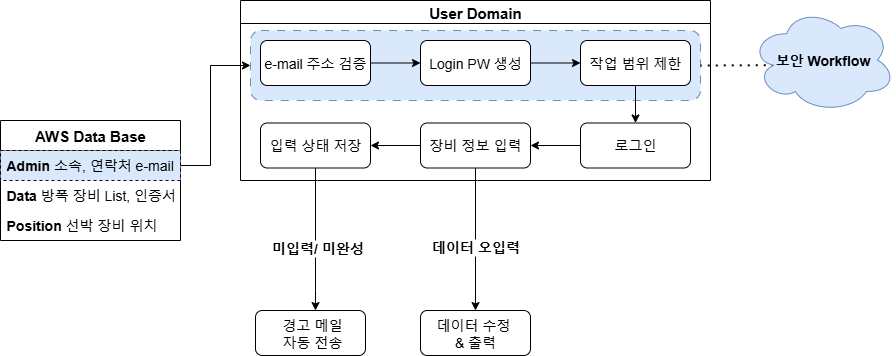
Above: workflow/1013.drawio.png in HD-Jinyeong/my_flask_app (draw.io), before the change. Source tidied: cells renumbered, new cells last; positions are measured from the earlier drawing's top-left corner, leaving out a move shared by most shapes.
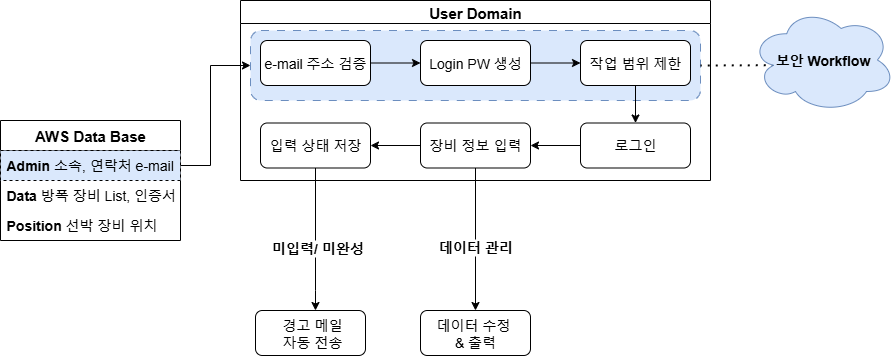
The same diagram one commit later.

What changed in the source:
```diff
@@ -87,7 +87,7 @@
     <mxCell id="26" style="edgeStyle=orthogonalEdgeStyle;rounded=0;jettySize=auto;html=1;" parent="1" edge="1" source="19" target="25">
       <mxGeometry relative="1" as="geometry" />
     </mxCell>
-    <mxCell id="27" value="&lt;b&gt;&lt;font style=&quot;font-size: 14px;&quot;&gt;데이터 오입력&lt;/font&gt;&lt;/b&gt;" style="edgeLabel;html=1;align=center;verticalAlign=middle;" parent="26" vertex="1">
+    <mxCell id="27" value="&lt;b&gt;&lt;font style=&quot;font-size: 14px;&quot;&gt;데이터 관리&lt;/font&gt;&lt;/b&gt;" style="edgeLabel;html=1;align=center;verticalAlign=middle;" parent="26" vertex="1">
       <mxGeometry x="-0.01" y="-2" relative="1" as="geometry">
         <mxPoint x="1" y="8" as="offset" />
       </mxGeometry>
```
